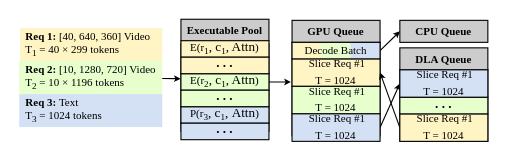
The draw.io diagram figures/design_schedule.drawio in icszhr/hermes, before the edit. Source tidied: cells renumbered, new cells numbered last; positions are measured from the earlier drawing's top-left corner, leaving out a move shared by most shapes. Both pictures are drawn from the tidied source at 110%, with x=0, y=0 at pixel (19, 19).
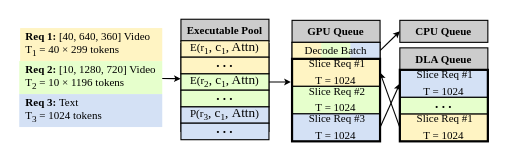
After the change.

The edit, as a diff of the source:
```diff
@@
-    <mxCell id="30" value="&lt;div&gt;&lt;font style=&quot;font-size: 10px;&quot;&gt;&amp;nbsp;Slice Req #1&lt;/font&gt;&lt;div&gt;&lt;font style=&quot;font-size: 10px;&quot;&gt;T = 1024&lt;/font&gt;&lt;/div&gt;&lt;/div&gt;" style="rounded=0;whiteSpace=wrap;html=1;fontFamily=Times New Roman;spacingTop=-3;fillColor=light-dark(#e6ffcc, #ededed);" parent="1" vertex="1">
+    <mxCell id="30" value="&lt;div&gt;&lt;font style=&quot;font-size: 10px;&quot;&gt;&amp;nbsp;Slice Req #2&lt;/font&gt;&lt;div&gt;&lt;font style=&quot;font-size: 10px;&quot;&gt;T = 1024&lt;/font&gt;&lt;/div&gt;&lt;/div&gt;" style="rounded=0;whiteSpace=wrap;html=1;fontFamily=Times New Roman;spacingTop=-3;fillColor=light-dark(#e6ffcc, #ededed);" parent="1" vertex="1">
       <mxGeometry x="248" y="61" width="80" height="25" as="geometry" />
     </mxCell>
@@
-    <mxCell id="32" value="&lt;div&gt;&lt;font style=&quot;font-size: 10px;&quot;&gt;&amp;nbsp;Slice Req #1&lt;/font&gt;&lt;div&gt;&lt;font style=&quot;font-size: 10px;&quot;&gt;T = 1024&lt;/font&gt;&lt;/div&gt;&lt;/div&gt;" style="rounded=0;whiteSpace=wrap;html=1;fontFamily=Times New Roman;spacingTop=-3;fillColor=light-dark(#d4e1f5, #ededed);" parent="1" vertex="1">
+    <mxCell id="32" value="&lt;div&gt;&lt;font style=&quot;font-size: 10px;&quot;&gt;&amp;nbsp;Slice Req #3&lt;/font&gt;&lt;div&gt;&lt;font style=&quot;font-size: 10px;&quot;&gt;T = 1024&lt;/font&gt;&lt;/div&gt;&lt;/div&gt;" style="rounded=0;whiteSpace=wrap;html=1;fontFamily=Times New Roman;spacingTop=-3;fillColor=light-dark(#d4e1f5, #ededed);" parent="1" vertex="1">
       <mxGeometry x="248" y="86" width="80" height="25" as="geometry" />
     </mxCell>
@@
+    <mxCell id="37" style="rounded=0;whiteSpace=wrap;html=1;fillColor=none;strokeWidth=2;" parent="1" vertex="1">
+      <mxGeometry x="248" y="36" width="80" height="75" as="geometry" />
+    </mxCell>
+    <mxCell id="38" style="rounded=0;whiteSpace=wrap;html=1;fillColor=none;strokeWidth=2;" parent="1" vertex="1">
+      <mxGeometry x="346" y="46" width="80" height="65" as="geometry" />
+    </mxCell>
```
